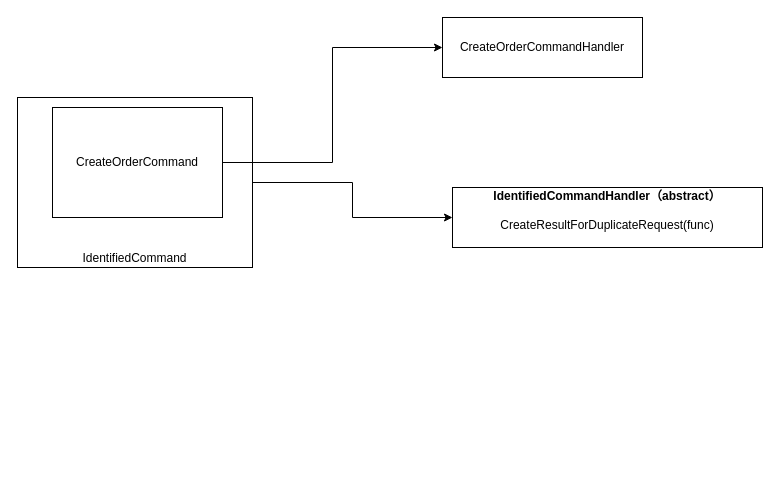
The draw.io diagram hello shop 命令模式.drawio in spinoza1989/drawIO, before the edit. Source tidied: cells renumbered, new cells numbered last; positions are measured from the earlier drawing's top-left corner, leaving out a move shared by most shapes. Both pictures are drawn from the tidied source at 100%, with x=0, y=0 at pixel (17, 17).
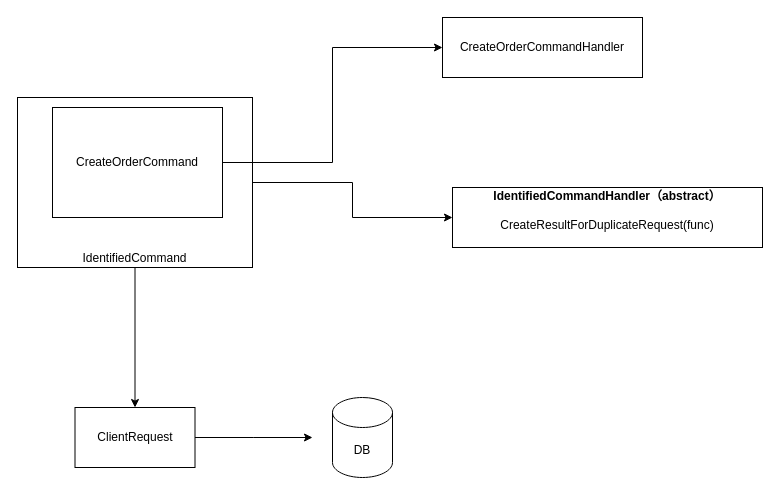
The same diagram, later.

Commit message:
更新hello shop 命令模式.drawio

The edit, as a diff of the source:
```diff
@@
 <mxGraphModel>
   <root>
     <mxCell id="0" />
     <mxCell id="1" parent="0" />
     <mxCell id="2" style="edgeStyle=orthogonalEdgeStyle;rounded=0;jettySize=auto;html=1;entryX=0;entryY=0.5;entryDx=0;entryDy=0;" parent="1" edge="1" source="3" target="7">
       <mxGeometry relative="1" as="geometry" />
     </mxCell>
+    <mxCell id="8" style="edgeStyle=orthogonalEdgeStyle;rounded=0;jettySize=auto;html=1;entryX=0.5;entryY=0;entryDx=0;entryDy=0;" parent="1" edge="1" source="3" target="10">
+      <mxGeometry relative="1" as="geometry" />
+    </mxCell>
     <mxCell id="3" value="IdentifiedCommand" style="rounded=0;whiteSpace=wrap;html=1;verticalAlign=bottom;" parent="1" vertex="1">
       <mxGeometry y="80" width="235" height="170" as="geometry" />
     </mxCell>
     <mxCell id="4" style="edgeStyle=orthogonalEdgeStyle;rounded=0;jettySize=auto;html=1;entryX=0;entryY=0.5;entryDx=0;entryDy=0;" parent="1" edge="1" source="5" target="6">
       <mxGeometry relative="1" as="geometry" />
     </mxCell>
     <mxCell id="5" value="CreateOrderCommand" style="rounded=0;whiteSpace=wrap;html=1;" parent="1" vertex="1">
       <mxGeometry x="35" y="90" width="170" height="110" as="geometry" />
     </mxCell>
     <mxCell id="6" value="CreateOrderCommandHandler" style="rounded=0;whiteSpace=wrap;html=1;" parent="1" vertex="1">
       <mxGeometry x="425" width="200" height="60" as="geometry" />
     </mxCell>
     <mxCell id="7" value="&lt;b&gt;IdentifiedCommandHandler（abstract）&lt;/b&gt;&lt;div&gt;&lt;b&gt;&lt;br&gt;&lt;/b&gt;&lt;div&gt;CreateResultForDuplicateRequest(func)&lt;br&gt;&lt;/div&gt;&lt;div&gt;&lt;br&gt;&lt;/div&gt;&lt;/div&gt;" style="rounded=0;whiteSpace=wrap;html=1;" parent="1" vertex="1">
       <mxGeometry x="435" y="170" width="310" height="60" as="geometry" />
     </mxCell>
+    <mxCell id="9" style="edgeStyle=orthogonalEdgeStyle;rounded=0;jettySize=auto;html=1;" parent="1" edge="1" source="10">
+      <mxGeometry relative="1" as="geometry">
+        <mxPoint x="295" y="420" as="targetPoint" />
+      </mxGeometry>
+    </mxCell>
+    <mxCell id="10" value="ClientRequest" style="rounded=0;whiteSpace=wrap;html=1;" parent="1" vertex="1">
+      <mxGeometry x="57.5" y="390" width="120" height="60" as="geometry" />
+    </mxCell>
+    <mxCell id="11" value="DB" style="shape=cylinder3;whiteSpace=wrap;html=1;boundedLbl=1;backgroundOutline=1;size=15;" parent="1" vertex="1">
+      <mxGeometry x="315" y="380" width="60" height="80" as="geometry" />
+    </mxCell>
   </root>
 </mxGraphModel>
```
